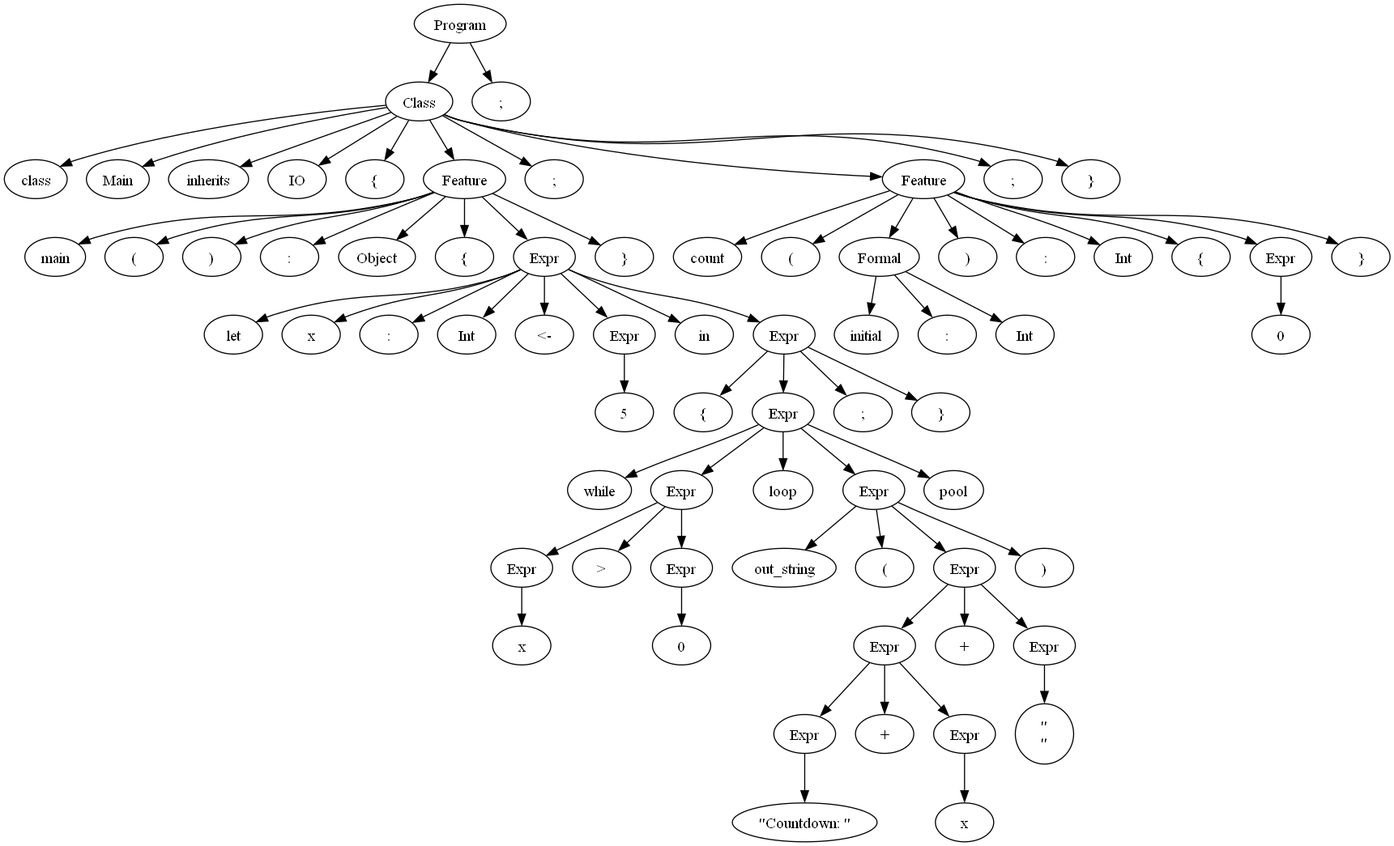
Before: output.gv.png, a diagram exported from Graphviz (Manuel-Archila/Proyecto0_CC). Its source is kept beside it as output.gv.
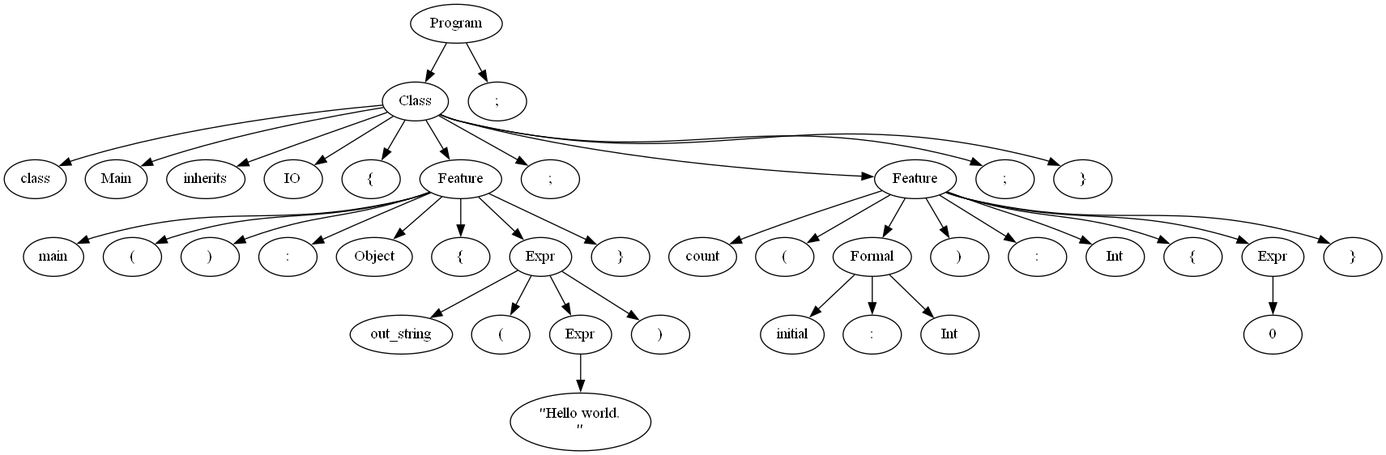
The same file after the commit.

Diff of the diagram source:
```diff
@@ -29,113 +29,51 @@
 	7 -> 14
 	14 [label=Expr]
 	14 -> 15
-	15 [label=let]
+	15 [label=out_string]
 	14 -> 16
-	16 [label=x]
+	16 [label="("]
 	14 -> 17
-	17 [label=":"]
-	14 -> 18
-	18 [label=Int]
+	17 [label=Expr]
+	17 -> 18
+	18 [label="\"Hello world.\n\""]
 	14 -> 19
-	19 [label="<-"]
-	14 -> 20
-	20 [label=Expr]
-	20 -> 21
-	21 [label=5]
-	14 -> 22
-	22 [label=in]
-	14 -> 23
-	23 [label=Expr]
-	23 -> 24
-	24 [label="{"]
-	23 -> 25
-	25 [label=Expr]
+	19 [label=")"]
+	7 -> 20
+	20 [label="}"]
+	1 -> 21
+	21 [label=";"]
+	1 -> 22
+	22 [label=Feature]
+	22 -> 23
+	23 [label=count]
+	22 -> 24
+	24 [label="("]
+	22 -> 25
+	25 [label=Formal]
 	25 -> 26
-	26 [label=while]
+	26 [label=initial]
 	25 -> 27
-	27 [label=Expr]
-	27 -> 28
-	28 [label=Expr]
-	28 -> 29
-	29 [label=x]
-	27 -> 30
-	30 [label=">"]
-	27 -> 31
-	31 [label=Expr]
-	31 -> 32
-	32 [label=0]
-	25 -> 33
-	33 [label=loop]
-	25 -> 34
-	34 [label=Expr]
-	34 -> 35
-	35 [label=out_string]
-	34 -> 36
-	36 [label="("]
-	34 -> 37
-	37 [label=Expr]
-	37 -> 38
-	38 [label=Expr]
-	38 -> 39
-	39 [label=Expr]
-	39 -> 40
-	40 [label="\"Countdown: \""]
-	38 -> 41
-	41 [label="+"]
-	38 -> 42
-	42 [label=Expr]
-	42 -> 43
-	43 [label=x]
-	37 -> 44
-	44 [label="+"]
-	37 -> 45
-	45 [label=Expr]
-	45 -> 46
-	46 [label="\"\n\""]
-	34 -> 47
-	47 [label=")"]
-	25 -> 48
-	48 [label=pool]
-	23 -> 49
-	49 [label=";"]
-	23 -> 50
-	50 [label="}"]
-	7 -> 51
-	51 [label="}"]
-	1 -> 52
-	52 [label=";"]
-	1 -> 53
-	53 [label=Feature]
-	53 -> 54
-	54 [label=count]
-	53 -> 55
-	55 [label="("]
-	53 -> 56
-	56 [label=Formal]
-	56 -> 57
-	57 [label=initial]
-	56 -> 58
-	58 [label=":"]
-	56 -> 59
-	59 [label=Int]
-	53 -> 60
-	60 [label=")"]
-	53 -> 61
-	61 [label=":"]
-	53 -> 62
-	62 [label=Int]
-	53 -> 63
-	63 [label="{"]
-	53 -> 64
-	64 [label=Expr]
-	64 -> 65
-	65 [label=0]
-	53 -> 66
-	66 [label="}"]
-	1 -> 67
-	67 [label=";"]
-	1 -> 68
-	68 [label="}"]
-	0 -> 69
-	69 [label=";"]
+	27 [label=":"]
+	25 -> 28
+	28 [label=Int]
+	22 -> 29
+	29 [label=")"]
+	22 -> 30
+	30 [label=":"]
+	22 -> 31
+	31 [label=Int]
+	22 -> 32
+	32 [label="{"]
+	22 -> 33
+	33 [label=Expr]
+	33 -> 34
+	34 [label=0]
+	22 -> 35
+	35 [label="}"]
+	1 -> 36
+	36 [label=";"]
+	1 -> 37
+	37 [label="}"]
+	0 -> 38
+	38 [label=";"]
 }
```
